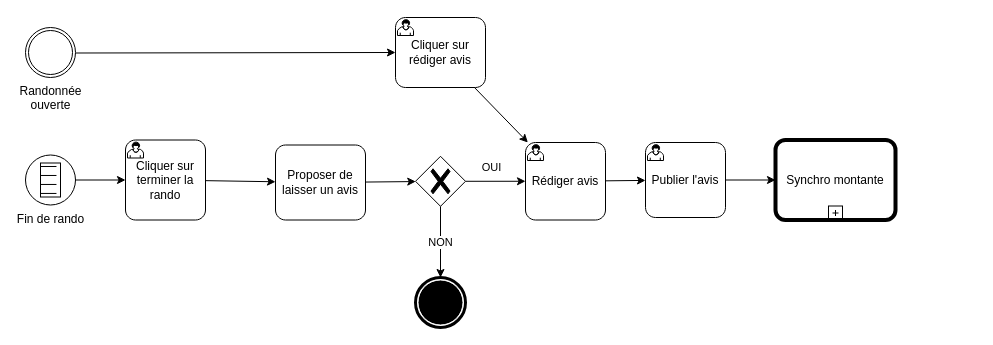
The draw.io diagram Documentation/BPMN/BPMN-Publier_avis.drawio in projetDansLaMontagne/Valpineta, before the edit. Source tidied: cells renumbered, new cells numbered last; positions are measured from the earlier drawing's top-left corner, leaving out a move shared by most shapes. Both pictures are drawn from the tidied source at 100%, with x=0, y=0 at pixel (25, 17).
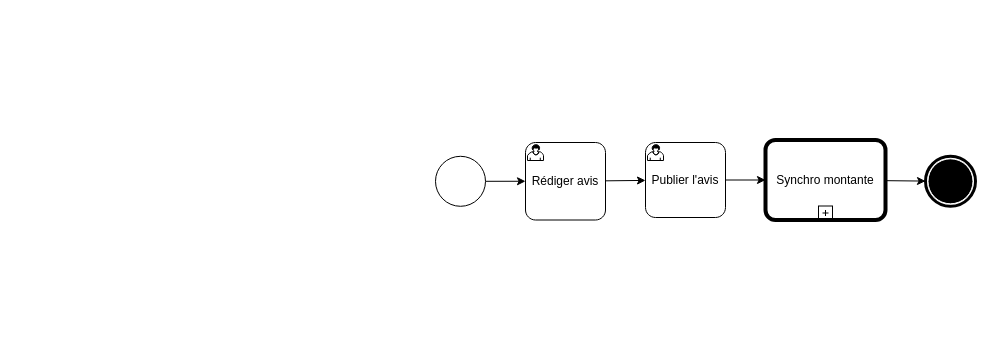
The same diagram, later.

Commit message (it also covers changes not shown here):
Mise au propre de la fabrication d'avis

The change refers to these unchanged cells:
```xml
<mxCell id="12" value="Rédiger avis" style="points=[[0.25,0,0],[0.5,0,0],[0.75,0,0],[1,0.25,0],[1,0.5,0],[1,0.75,0],[0.75,1,0],[0.5,1,0],[0.25,1,0],[0,0.75,0],[0,0.5,0],[0,0.25,0]];shape=mxgraph.bpmn.task;whiteSpace=wrap;rectStyle=rounded;size=10;html=1;taskMarker=user;" parent="1" vertex="1">
  <mxGeometry x="500" y="125" width="80" height="77.5" as="geometry" />
</mxCell>
```

The edit, as a diff of the source:
```diff
@@
-    <mxCell id="2" style="edgeStyle=none;html=1;" parent="1" edge="1" source="3" target="4">
-      <mxGeometry relative="1" as="geometry" />
-    </mxCell>
-    <mxCell id="3" value="Fin de rando" style="points=[[0.145,0.145,0],[0.5,0,0],[0.855,0.145,0],[1,0.5,0],[0.855,0.855,0],[0.5,1,0],[0.145,0.855,0],[0,0.5,0]];shape=mxgraph.bpmn.event;html=1;verticalLabelPosition=bottom;labelBackgroundColor=#ffffff;verticalAlign=top;align=center;perimeter=ellipsePerimeter;outlineConnect=0;outline=standard;symbol=conditional;" parent="1" vertex="1">
-      <mxGeometry y="137.5" width="50" height="50" as="geometry" />
-    </mxCell>
-    <mxCell id="4" value="Cliquer sur terminer la rando" style="points=[[0.25,0,0],[0.5,0,0],[0.75,0,0],[1,0.25,0],[1,0.5,0],[1,0.75,0],[0.75,1,0],[0.5,1,0],[0.25,1,0],[0,0.75,0],[0,0.5,0],[0,0.25,0]];shape=mxgraph.bpmn.task;whiteSpace=wrap;rectStyle=rounded;size=10;html=1;taskMarker=user;" parent="1" vertex="1">
-      <mxGeometry x="100" y="122.5" width="80" height="80" as="geometry" />
-    </mxCell>
-    <mxCell id="5" style="edgeStyle=none;html=1;" parent="1" edge="1" source="6" target="9">
-      <mxGeometry relative="1" as="geometry" />
-    </mxCell>
-    <mxCell id="6" value="Proposer de laisser un avis" style="points=[[0.25,0,0],[0.5,0,0],[0.75,0,0],[1,0.25,0],[1,0.5,0],[1,0.75,0],[0.75,1,0],[0.5,1,0],[0.25,1,0],[0,0.75,0],[0,0.5,0],[0,0.25,0]];shape=mxgraph.bpmn.task;whiteSpace=wrap;rectStyle=rounded;size=10;html=1;taskMarker=abstract;" parent="1" vertex="1">
-      <mxGeometry x="250" y="127.5" width="90" height="75" as="geometry" />
-    </mxCell>
-    <mxCell id="7" value="OUI" style="edgeStyle=none;html=1;" parent="1" edge="1" source="9" target="12">
-      <mxGeometry x="-0.09" y="14" relative="1" as="geometry">
-        <mxPoint x="-1" as="offset" />
-      </mxGeometry>
-    </mxCell>
-    <mxCell id="8" value="NON" style="edgeStyle=none;html=1;" parent="1" edge="1" source="9" target="13">
-      <mxGeometry relative="1" as="geometry" />
-    </mxCell>
-    <mxCell id="9" style="points=[[0.25,0.25,0],[0.5,0,0],[0.75,0.25,0],[1,0.5,0],[0.75,0.75,0],[0.5,1,0],[0.25,0.75,0],[0,0.5,0]];shape=mxgraph.bpmn.gateway2;html=1;verticalLabelPosition=bottom;labelBackgroundColor=#ffffff;verticalAlign=top;align=center;perimeter=rhombusPerimeter;outlineConnect=0;outline=none;symbol=none;gwType=exclusive;" parent="1" vertex="1">
-      <mxGeometry x="390" y="138.8" width="50" height="50" as="geometry" />
-    </mxCell>
-    <mxCell id="10" style="edgeStyle=none;html=1;" parent="1" edge="1" source="4" target="6">
-      <mxGeometry relative="1" as="geometry" />
-    </mxCell>
@@
-    <mxCell id="13" style="points=[[0.145,0.145,0],[0.5,0,0],[0.855,0.145,0],[1,0.5,0],[0.855,0.855,0],[0.5,1,0],[0.145,0.855,0],[0,0.5,0]];shape=mxgraph.bpmn.event;html=1;verticalLabelPosition=bottom;labelBackgroundColor=#ffffff;verticalAlign=top;align=center;perimeter=ellipsePerimeter;outlineConnect=0;outline=end;symbol=terminate;" parent="1" vertex="1">
-      <mxGeometry x="390" y="260" width="50" height="50" as="geometry" />
-    </mxCell>
-    <mxCell id="14" style="edgeStyle=none;html=1;" parent="1" edge="1" source="15" target="17">
-      <mxGeometry relative="1" as="geometry" />
-    </mxCell>
-    <mxCell id="15" value="Randonnée &lt;br&gt;ouverte" style="points=[[0.145,0.145,0],[0.5,0,0],[0.855,0.145,0],[1,0.5,0],[0.855,0.855,0],[0.5,1,0],[0.145,0.855,0],[0,0.5,0]];shape=mxgraph.bpmn.event;html=1;verticalLabelPosition=bottom;labelBackgroundColor=#ffffff;verticalAlign=top;align=center;perimeter=ellipsePerimeter;outlineConnect=0;outline=throwing;symbol=general;" parent="1" vertex="1">
-      <mxGeometry y="10" width="50" height="50" as="geometry" />
-    </mxCell>
-    <mxCell id="16" style="edgeStyle=none;html=1;" parent="1" edge="1" source="17" target="12">
-      <mxGeometry relative="1" as="geometry" />
-    </mxCell>
-    <mxCell id="17" value="Cliquer sur rédiger avis" style="points=[[0.25,0,0],[0.5,0,0],[0.75,0,0],[1,0.25,0],[1,0.5,0],[1,0.75,0],[0.75,1,0],[0.5,1,0],[0.25,1,0],[0,0.75,0],[0,0.5,0],[0,0.25,0]];shape=mxgraph.bpmn.task;whiteSpace=wrap;rectStyle=rounded;size=10;html=1;taskMarker=user;" parent="1" vertex="1">
-      <mxGeometry x="370" width="90" height="70" as="geometry" />
-    </mxCell>
@@
+    <mxCell id="21" style="edgeStyle=none;html=1;" parent="1" edge="1" source="20" target="22">
+      <mxGeometry relative="1" as="geometry" />
+    </mxCell>
     <mxCell id="20" value="Synchro montante" style="points=[[0.25,0,0],[0.5,0,0],[0.75,0,0],[1,0.25,0],[1,0.5,0],[1,0.75,0],[0.75,1,0],[0.5,1,0],[0.25,1,0],[0,0.75,0],[0,0.5,0],[0,0.25,0]];shape=mxgraph.bpmn.task;whiteSpace=wrap;rectStyle=rounded;size=10;html=1;bpmnShapeType=call;isLoopSub=1;" parent="1" vertex="1">
-      <mxGeometry x="750" y="122.5" width="120" height="80" as="geometry" />
+      <mxGeometry x="740" y="122.5" width="120" height="80" as="geometry" />
     </mxCell>
+    <mxCell id="22" style="points=[[0.145,0.145,0],[0.5,0,0],[0.855,0.145,0],[1,0.5,0],[0.855,0.855,0],[0.5,1,0],[0.145,0.855,0],[0,0.5,0]];shape=mxgraph.bpmn.event;html=1;verticalLabelPosition=bottom;labelBackgroundColor=#ffffff;verticalAlign=top;align=center;perimeter=ellipsePerimeter;outlineConnect=0;outline=end;symbol=terminate;" parent="1" vertex="1">
+      <mxGeometry x="900" y="138.8" width="50" height="50" as="geometry" />
+    </mxCell>
+    <mxCell id="23" style="edgeStyle=none;html=1;" parent="1" edge="1" source="24" target="12">
+      <mxGeometry relative="1" as="geometry" />
+    </mxCell>
+    <mxCell id="24" style="points=[[0.145,0.145,0],[0.5,0,0],[0.855,0.145,0],[1,0.5,0],[0.855,0.855,0],[0.5,1,0],[0.145,0.855,0],[0,0.5,0]];shape=mxgraph.bpmn.event;html=1;verticalLabelPosition=bottom;labelBackgroundColor=#ffffff;verticalAlign=top;align=center;perimeter=ellipsePerimeter;outlineConnect=0;outline=standard;symbol=general;" parent="1" vertex="1">
+      <mxGeometry x="410" y="138.8" width="50" height="50" as="geometry" />
+    </mxCell>
```
